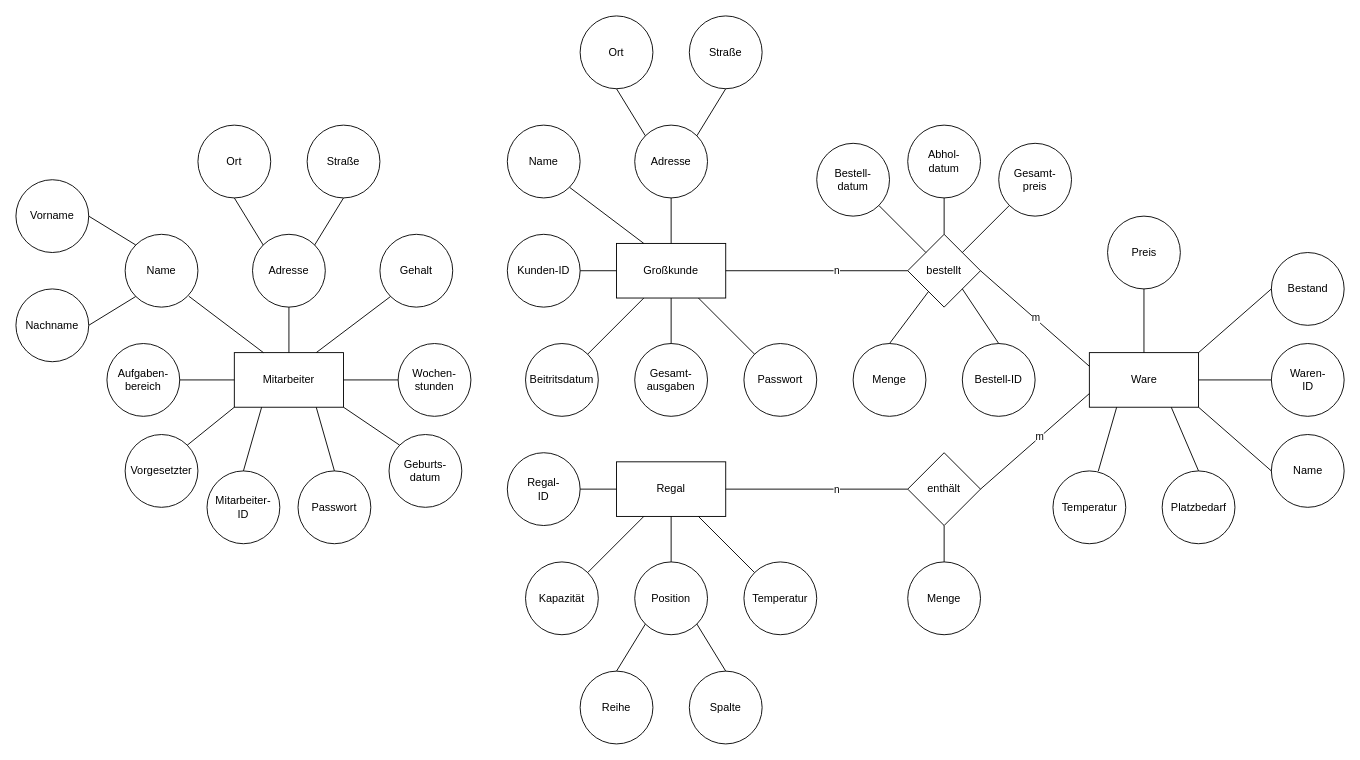
ChrisiCrafter27/SupermarketDatabase keeps this draw.io diagram as src/resources/ERM Modell.drawio. Above is the earlier version. Source tidied: cells renumbered, new cells numbered last; positions are measured from the earlier drawing's top-left corner, leaving out a move shared by most shapes. Both pictures are drawn from the tidied source at 91%, with x=0, y=0 at pixel (15, 15).
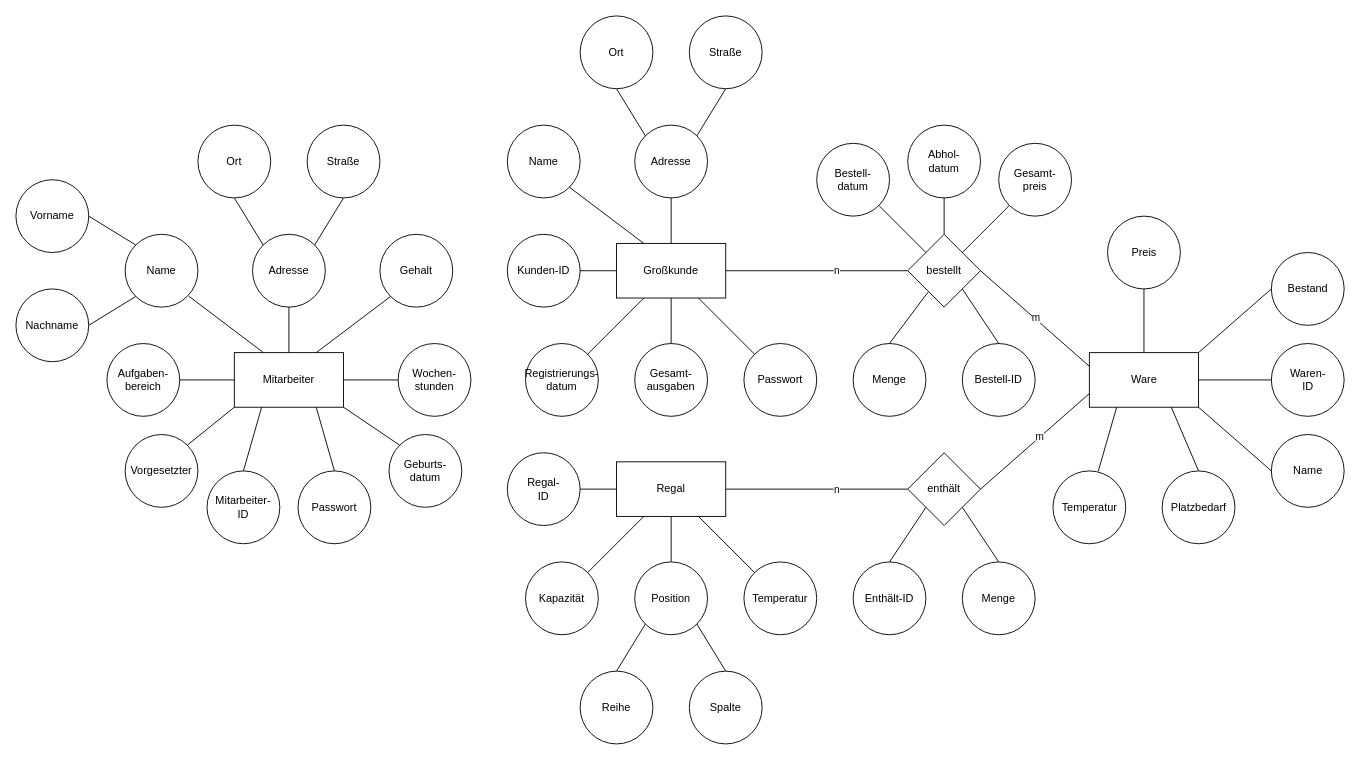
The same page after the edit.

Unchanged cells that the change refers to:
```xml
<mxCell id="13" value="enthält" style="rhombus;whiteSpace=wrap;html=1;" parent="1" vertex="1">
  <mxGeometry x="980" y="480" width="80" height="80" as="geometry" />
</mxCell>
```

What changed in the source:
```diff
@@
     <mxCell id="16" value="Menge" style="ellipse;whiteSpace=wrap;html=1;" parent="1" vertex="1">
-      <mxGeometry x="980" y="600" width="80" height="80" as="geometry" />
+      <mxGeometry x="1040" y="600" width="80" height="80" as="geometry" />
     </mxCell>
@@
-    <mxCell id="18" style="endArrow=none;html=1;rounded=0;entryX=0.5;entryY=1;entryDx=0;entryDy=0;exitX=0.5;exitY=0;exitDx=0;exitDy=0;" parent="1" edge="1" source="16" target="13">
+    <mxCell id="18" style="endArrow=none;html=1;rounded=0;entryX=1;entryY=1;entryDx=0;entryDy=0;exitX=0.5;exitY=0;exitDx=0;exitDy=0;" parent="1" edge="1" source="16" target="13">
       <mxGeometry relative="1" as="geometry" />
     </mxCell>
@@
-    <mxCell id="68" value="Beitritsdatum" style="ellipse;whiteSpace=wrap;html=1;" parent="1" vertex="1">
+    <mxCell id="68" value="&lt;div&gt;Registrierungs-&lt;/div&gt;&lt;div&gt;datum&lt;br&gt;&lt;/div&gt;" style="ellipse;whiteSpace=wrap;html=1;" parent="1" vertex="1">
       <mxGeometry x="560" y="360" width="80" height="80" as="geometry" />
     </mxCell>
@@
+    <mxCell id="94" value="Enthält-ID" style="ellipse;whiteSpace=wrap;html=1;" parent="1" vertex="1">
+      <mxGeometry x="920" y="600" width="80" height="80" as="geometry" />
+    </mxCell>
+    <mxCell id="95" style="endArrow=none;html=1;rounded=0;entryX=0;entryY=1;entryDx=0;entryDy=0;exitX=0.5;exitY=0;exitDx=0;exitDy=0;" parent="1" edge="1" source="94" target="13">
+      <mxGeometry relative="1" as="geometry" />
+    </mxCell>
```
